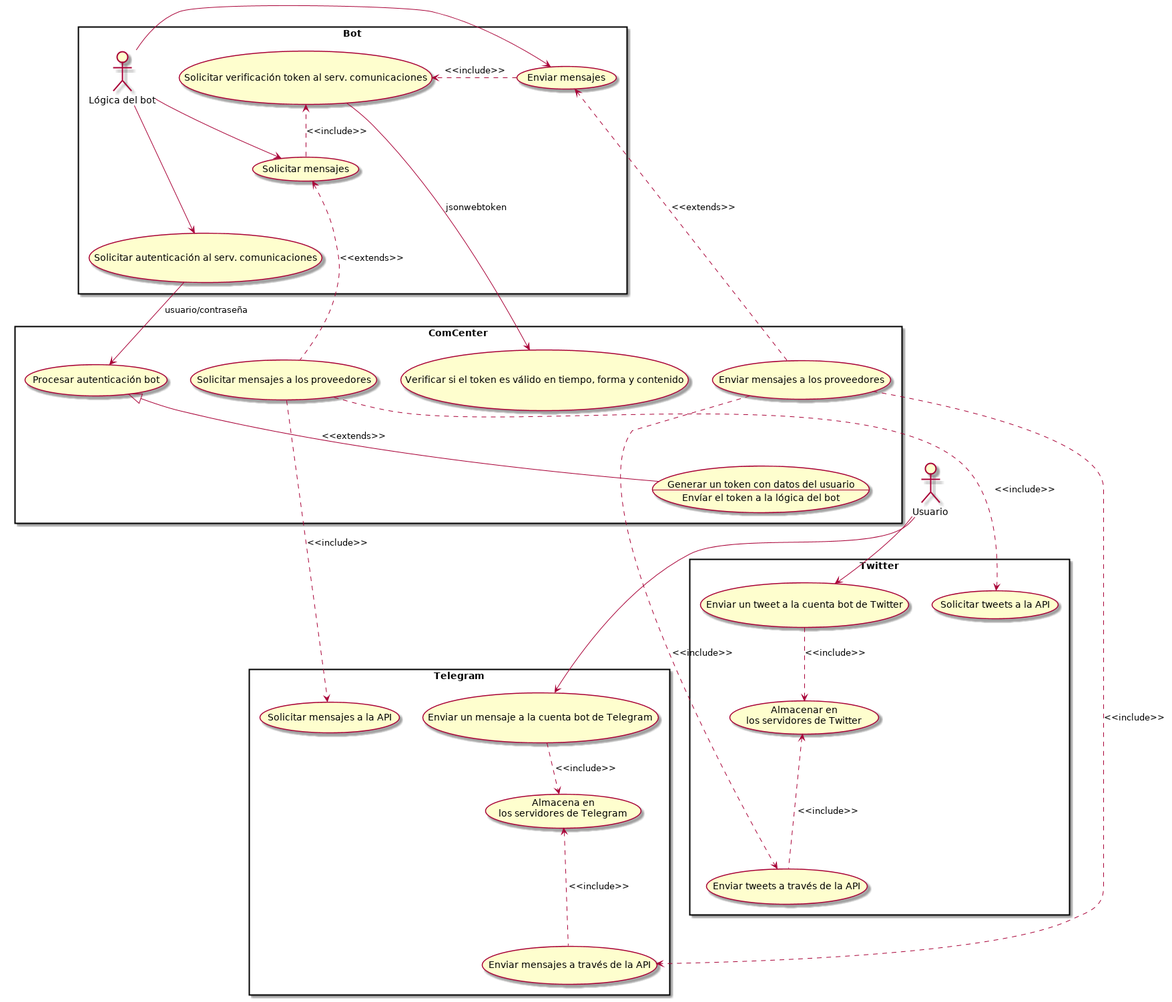
The PlantUML diagram Use cases/usecases.png in BFMBFramework/Docs, before a commit.
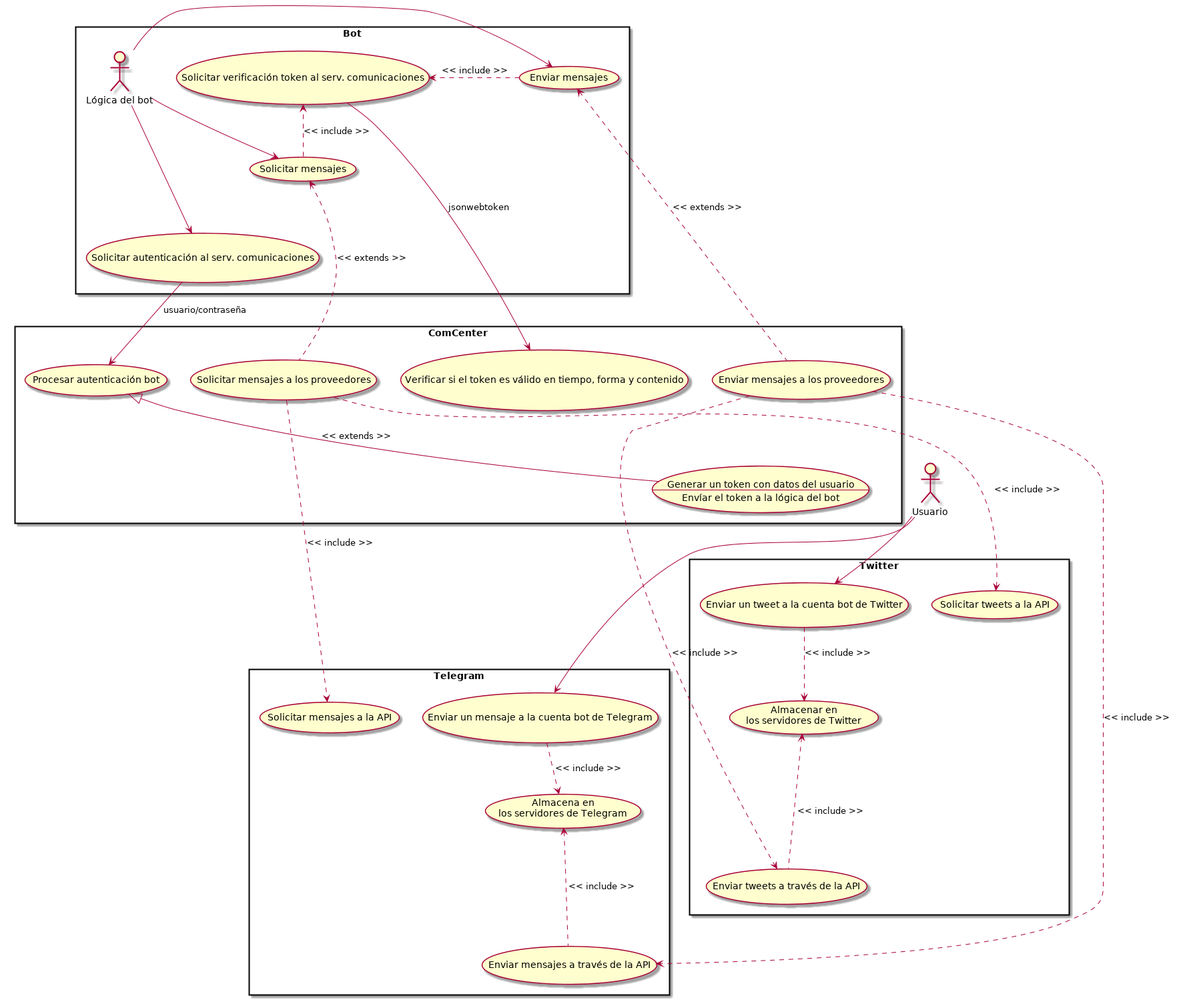
After the commit.

Commit message:
Updated component diagram

Change to the diagram source:
```diff
@@ -11,8 +11,8 @@
 	usecase ReqTgApi as "Solicitar mensajes a la API"
 	usecase SendTgApi as "Enviar mensajes a través de la API"
 	Usuario -> MesToTgBot
-	MesToTgBot ..> SaveMesTg : <<include>>
-	SaveMesTg <... SendTgApi : <<include>>
+	MesToTgBot ..> SaveMesTg : << include >>
+	SaveMesTg <... SendTgApi : << include >>
 }
 
 rectangle Twitter {
@@ -21,8 +21,8 @@
 	usecase ReqTwApi as "Solicitar tweets a la API"
 	usecase SendTwApi as "Enviar tweets a través de la API"
 	Usuario --> MesToTwBot
-	MesToTwBot ..> SaveMesTw : <<include>>
-	SaveMesTw <... SendTwApi : <<include>>
+	MesToTwBot ..> SaveMesTw : << include >>
+	SaveMesTw <... SendTwApi : << include >>
 }
 
 top to bottom direction
@@ -35,11 +35,11 @@
 	usecase VerifToken as "Verificar si el token es válido en tiempo, forma y contenido"
 	usecase ReqMesComCenter as "Solicitar mensajes a los proveedores"
 	usecase SendMesComCenter as "Enviar mensajes a los proveedores"
-	ProcAuth <|-- GenToken : <<extends>>
-	ReqMesComCenter ...> ReqTwApi : <<include>>
-	ReqMesComCenter ....> ReqTgApi : <<include>>
-	SendMesComCenter ...> SendTwApi : <<include>>
-	SendMesComCenter ....> SendTgApi : <<include>>
+	ProcAuth <|-- GenToken : << extends >>
+	ReqMesComCenter ...> ReqTwApi : << include >>
+	ReqMesComCenter ....> ReqTgApi : << include >>
+	SendMesComCenter ...> SendTwApi : << include >>
+	SendMesComCenter ....> SendTgApi : << include >>
 }
 
 rectangle Bot {
@@ -51,10 +51,10 @@
 	BotLogic -> SendMessages
 	BotLogic --> RequestMessages
 	BotLogic ---> AuthBotToComCenter
-	SendMessages .> SendTokenToComCenter : <<include>>
-	SendMessages <... SendMesComCenter : <<extends>>
-	RequestMessages ..> SendTokenToComCenter : <<include>>
-	RequestMessages <... ReqMesComCenter : <<extends>>
+	SendMessages .> SendTokenToComCenter : << include >>
+	SendMessages <... SendMesComCenter : << extends >>
+	RequestMessages ..> SendTokenToComCenter : << include >>
+	RequestMessages <... ReqMesComCenter : << extends >>
 	AuthBotToComCenter --> ProcAuth : usuario/contraseña
 	SendTokenToComCenter ---> VerifToken : jsonwebtoken
 }
```
